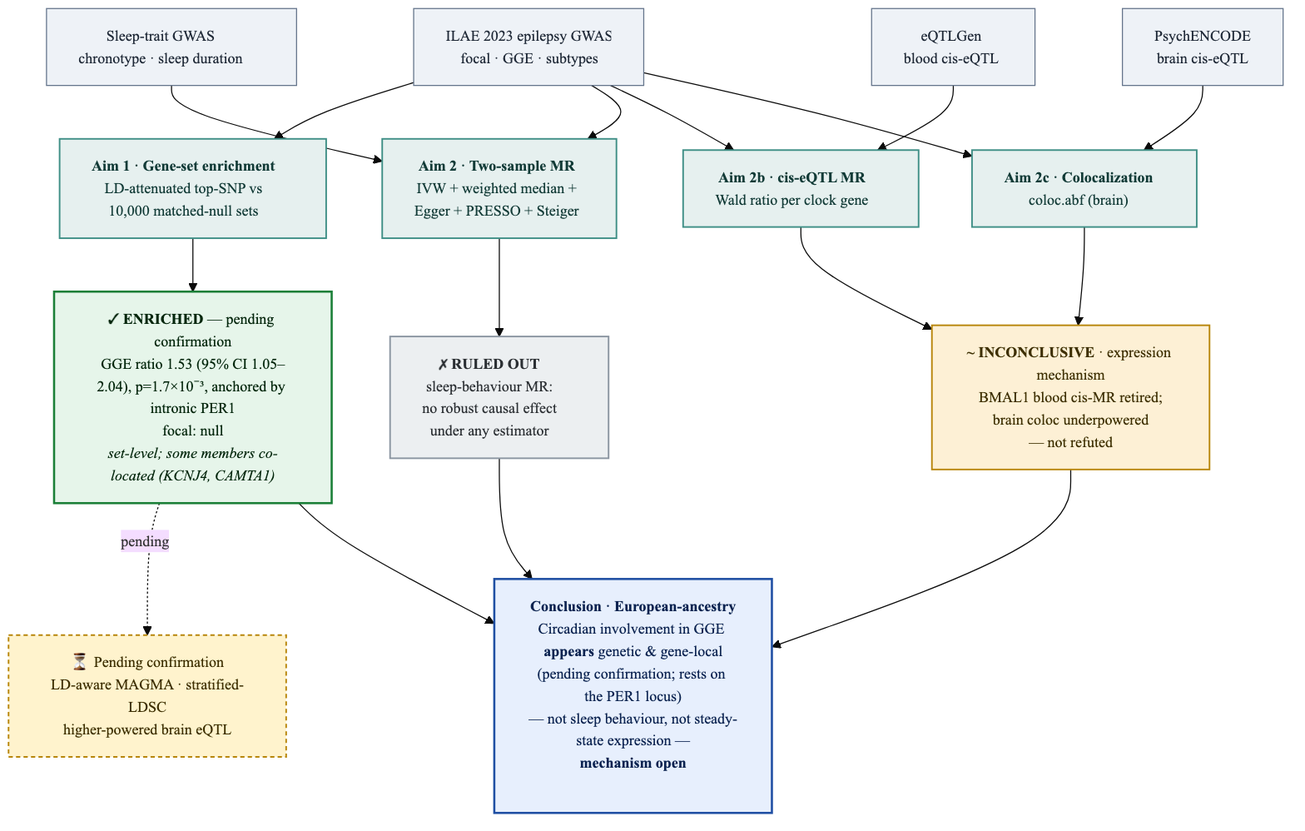
Before: docs/figures/methods_figure.png, a diagram exported from Mermaid (nielspac177/epilepsy-clock-genes). Its source is kept beside it as docs/figures/methods_figure.mmd.
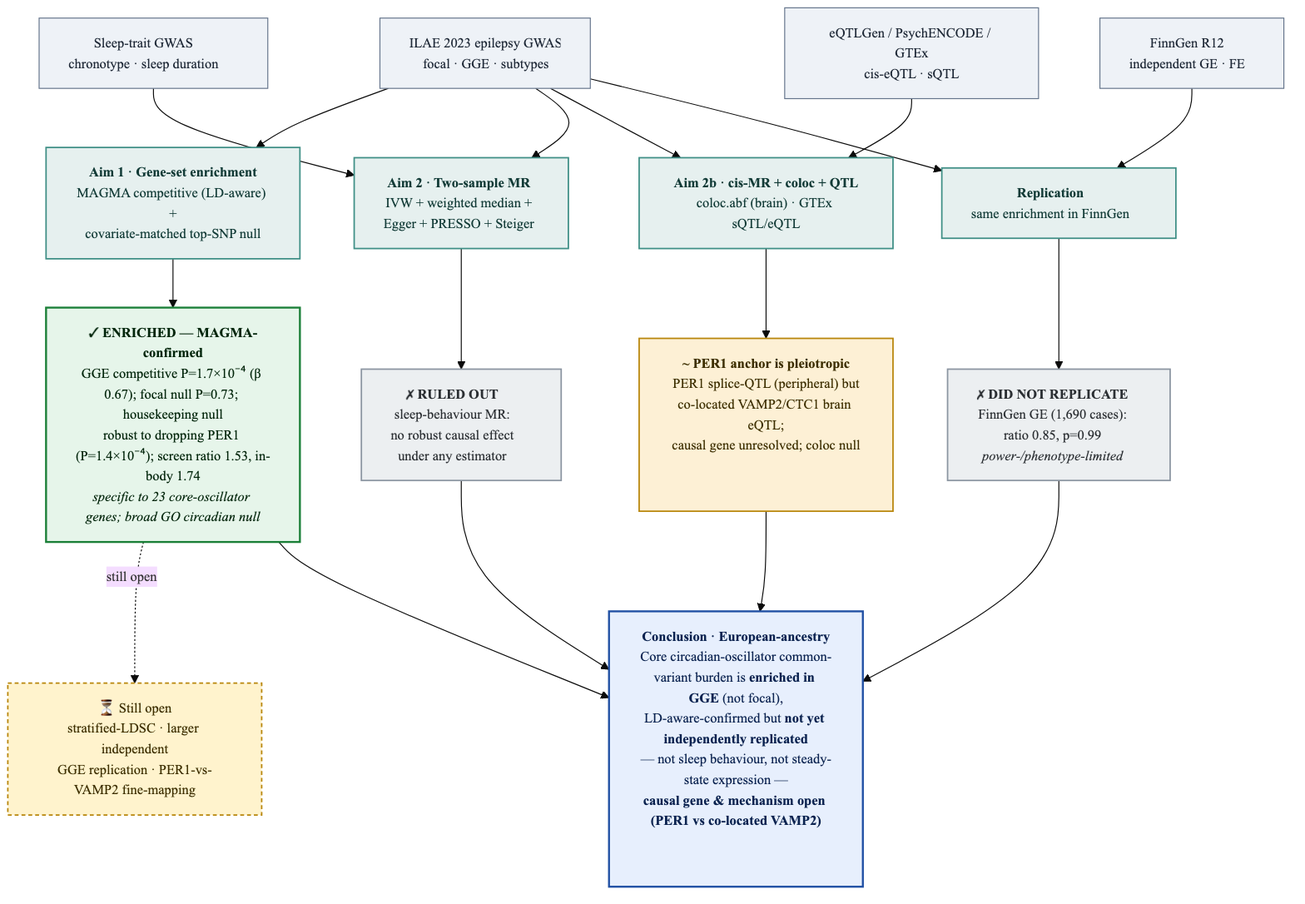
The same diagram one commit later.

What changed in the source:
```diff
@@ -8,17 +8,18 @@
 flowchart TB
   G1["ILAE 2023 epilepsy GWAS<br/>focal · GGE · subtypes"]
   G2["Sleep-trait GWAS<br/>chronotype · sleep duration"]
-  G3["eQTLGen<br/>blood cis-eQTL"]
-  G4["PsychENCODE<br/>brain cis-eQTL"]
-  A1["<b>Aim 1 · Gene-set enrichment</b><br/>LD-attenuated top-SNP vs<br/>10,000 matched-null sets"]
+  G3["eQTLGen / PsychENCODE / GTEx<br/>cis-eQTL · sQTL"]
+  G4["FinnGen R12<br/>independent GE · FE"]
+  A1["<b>Aim 1 · Gene-set enrichment</b><br/>MAGMA competitive (LD-aware) +<br/>covariate-matched top-SNP null"]
   A2["<b>Aim 2 · Two-sample MR</b><br/>IVW + weighted median +<br/>Egger + PRESSO + Steiger"]
-  A3["<b>Aim 2b · cis-eQTL MR</b><br/>Wald ratio per clock gene"]
-  A4["<b>Aim 2c · Colocalization</b><br/>coloc.abf (brain)"]
-  R1["<b>✓ ENRICHED</b> — pending confirmation<br/>GGE ratio 1.53 (95% CI 1.05–2.04), p=1.7×10⁻³, anchored by intronic PER1<br/>focal: null<br/><i>set-level; some members co-located (KCNJ4, CAMTA1)</i>"]
+  A3["<b>Aim 2b · cis-MR + coloc + QTL</b><br/>coloc.abf (brain) · GTEx sQTL/eQTL"]
+  A4["<b>Replication</b><br/>same enrichment in FinnGen"]
+  R1["<b>✓ ENRICHED — MAGMA-confirmed</b><br/>GGE competitive P=1.7×10⁻⁴ (β 0.67); focal null P=0.73; housekeeping null<br/>robust to dropping PER1 (P=1.4×10⁻⁴); screen ratio 1.53, in-body 1.74<br/><i>specific to 23 core-oscillator genes; broad GO circadian null</i>"]
   R2["<b>✗ RULED OUT</b><br/>sleep-behaviour MR:<br/>no robust causal effect<br/>under any estimator"]
-  R3["<b>~ INCONCLUSIVE</b> · expression mechanism<br/>BMAL1 blood cis-MR retired;<br/>brain coloc underpowered<br/>— not refuted"]
-  P["⏳ Pending confirmation<br/>LD-aware MAGMA · stratified-LDSC<br/>higher-powered brain eQTL"]
-  C["<b>Conclusion · European-ancestry</b><br/>Circadian involvement in GGE <b>appears</b> genetic &amp; gene-local<br/>(pending confirmation; rests on the PER1 locus)<br/>— not sleep behaviour, not steady-state expression —<br/><b>mechanism open</b>"]
+  R3["<b>~ PER1 anchor is pleiotropic</b><br/>PER1 splice-QTL (peripheral) but<br/>co-located VAMP2/CTC1 brain eQTL;<br/>causal gene unresolved; coloc null"]
+  R4["<b>✗ DID NOT REPLICATE</b><br/>FinnGen GE (1,690 cases):<br/>ratio 0.85, p=0.99<br/><i>power-/phenotype-limited</i>"]
+  P["⏳ Still open<br/>stratified-LDSC · larger independent<br/>GGE replication · PER1-vs-VAMP2 fine-mapping"]
+  C["<b>Conclusion · European-ancestry</b><br/>Core circadian-oscillator common-variant burden is <b>enriched in GGE</b> (not focal),<br/>LD-aware-confirmed but <b>not yet independently replicated</b><br/>— not sleep behaviour, not steady-state expression —<br/><b>causal gene &amp; mechanism open (PER1 vs co-located VAMP2)</b>"]
 
   G1 --> A1
   G1 --> A2
@@ -30,11 +31,12 @@
   A1 --> R1
   A2 --> R2
   A3 --> R3
-  A4 --> R3
-  R1 -. pending .-> P
+  A4 --> R4
+  R1 -. still open .-> P
   R1 --> C
   R2 --> C
   R3 --> C
+  R4 --> C
 
   classDef inp fill:#eef2f7,stroke:#64748b,stroke-width:1px,color:#1f2937;
   classDef ana fill:#e6f0ef,stroke:#3f8f86,stroke-width:1.5px,color:#123b37;
@@ -48,5 +50,6 @@
   class R1 pos;
   class R2 null;
   class R3 open;
+  class R4 null;
   class P pend;
   class C concl;
```
